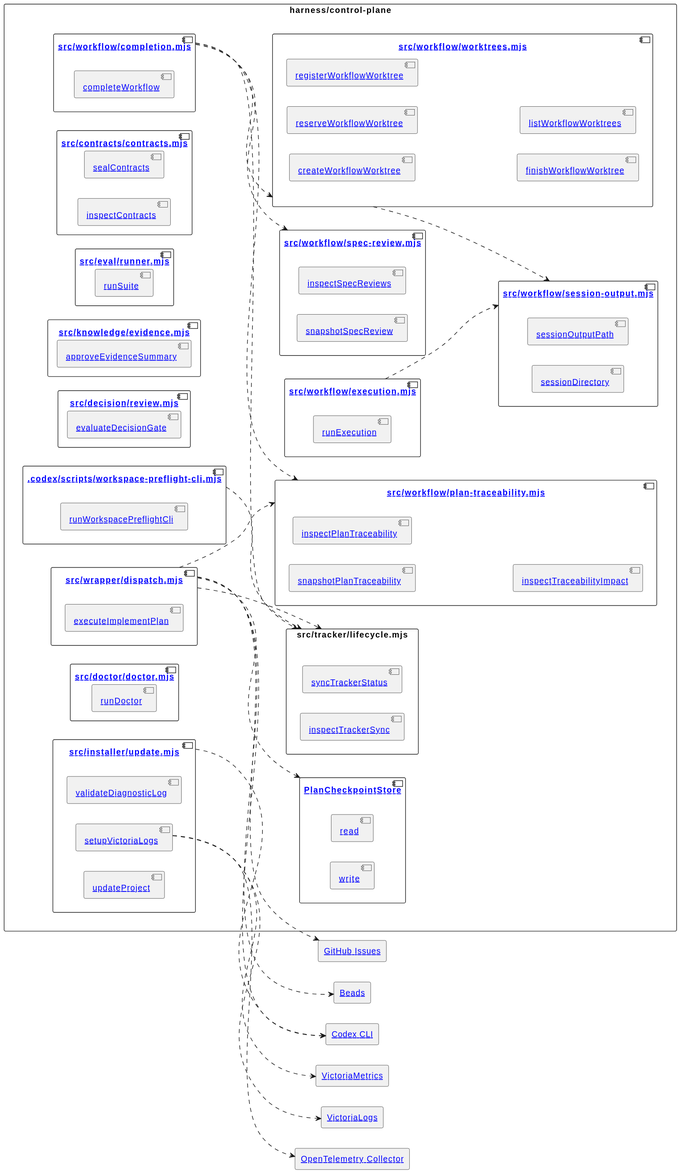
The PlantUML diagram docs/contracts/diagrams/ddd.svg in omegafrog/harness-codex, before a commit.
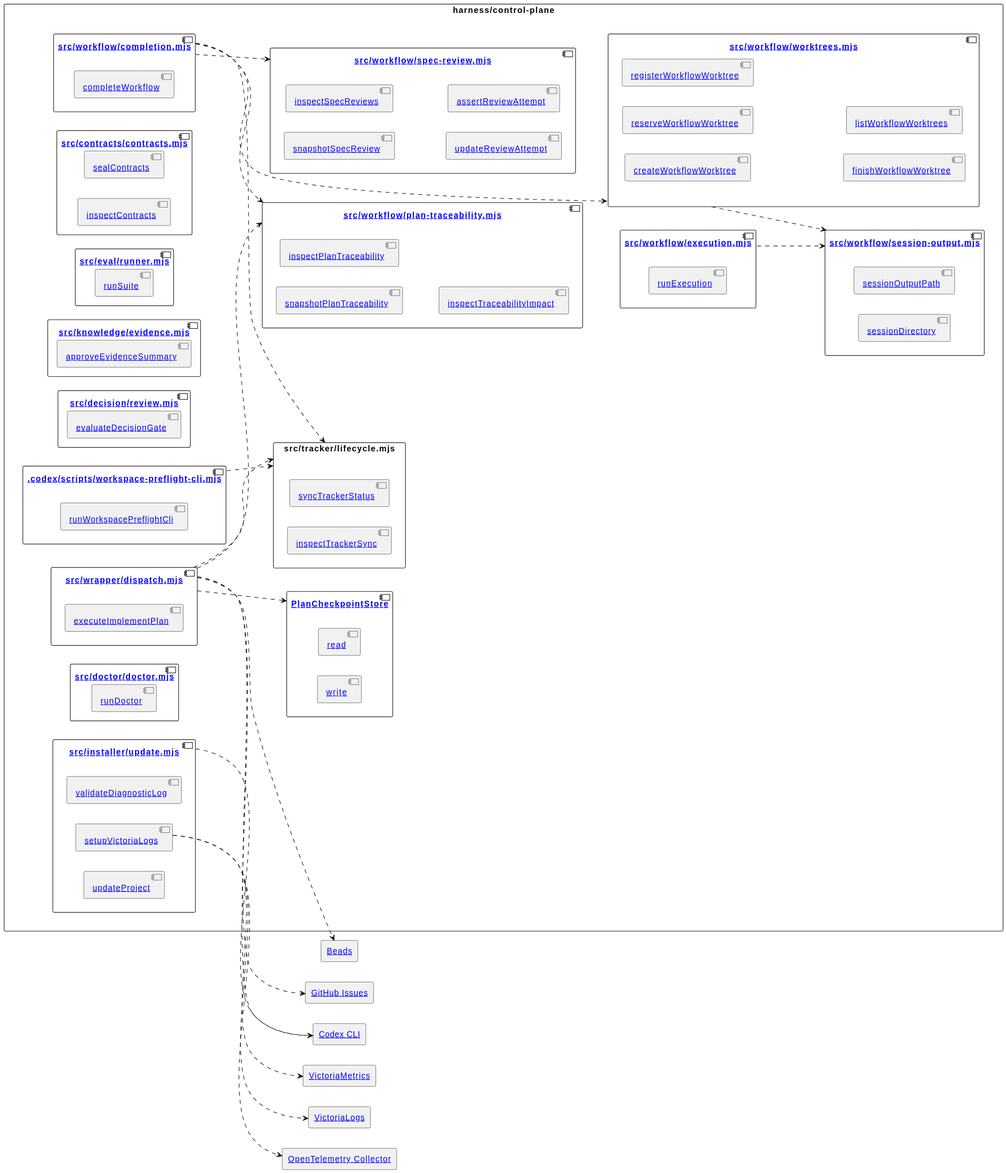
The same diagram one commit later.

Change to the diagram source:
```diff
@@ -48,6 +48,8 @@
   component "[[../architecture.md#spec-review-service src/workflow/spec-review.mjs]]" as specReview {
     component "[[../architecture.md#snapshot-spec-review-method snapshotSpecReview]]" as snapshotSpecReview
     component "[[../architecture.md#inspect-spec-reviews-method inspectSpecReviews]]" as inspectSpecReviews
+    component "[[../architecture.md#update-review-attempt-method updateReviewAttempt]]" as updateReviewAttempt
+    component "[[../architecture.md#assert-review-attempt-method assertReviewAttempt]]" as assertReviewAttempt
   }
   component "[[../architecture.md#plan-traceability-service src/workflow/plan-traceability.mjs]]" as planTraceability {
     component "[[../architecture.md#snapshot-plan-traceability-method snapshotPlanTraceability]]" as snapshotPlanTraceability
```
